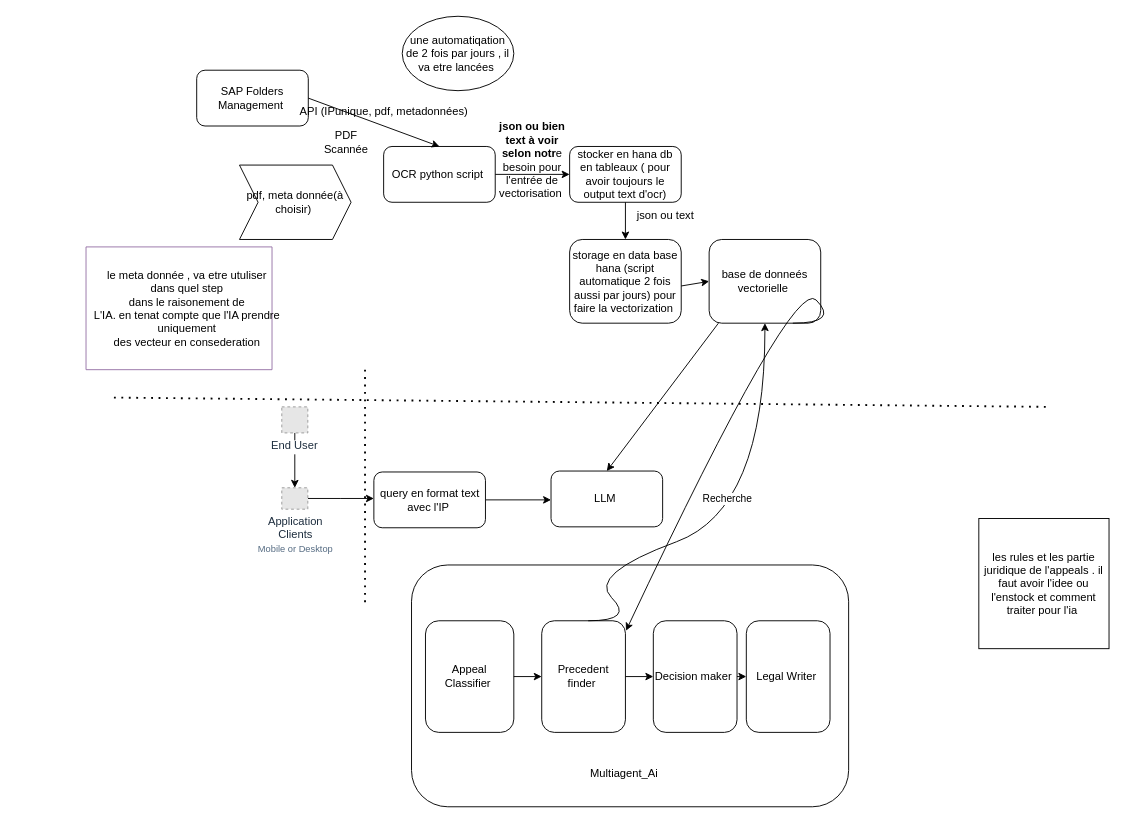
Earlier version of the draw.io diagram architectureAI_appeals.drawio (sahar389/algorithme.data_structre). Source tidied: cells renumbered, new cells numbered last; positions are measured from the earlier drawing's top-left corner, leaving out a move shared by most shapes. Both pictures are drawn from the tidied source at 93%, with x=0, y=0 at pixel (81, 16). Pictures stored in the file or linked from it are replaced by grey dashed boxes.
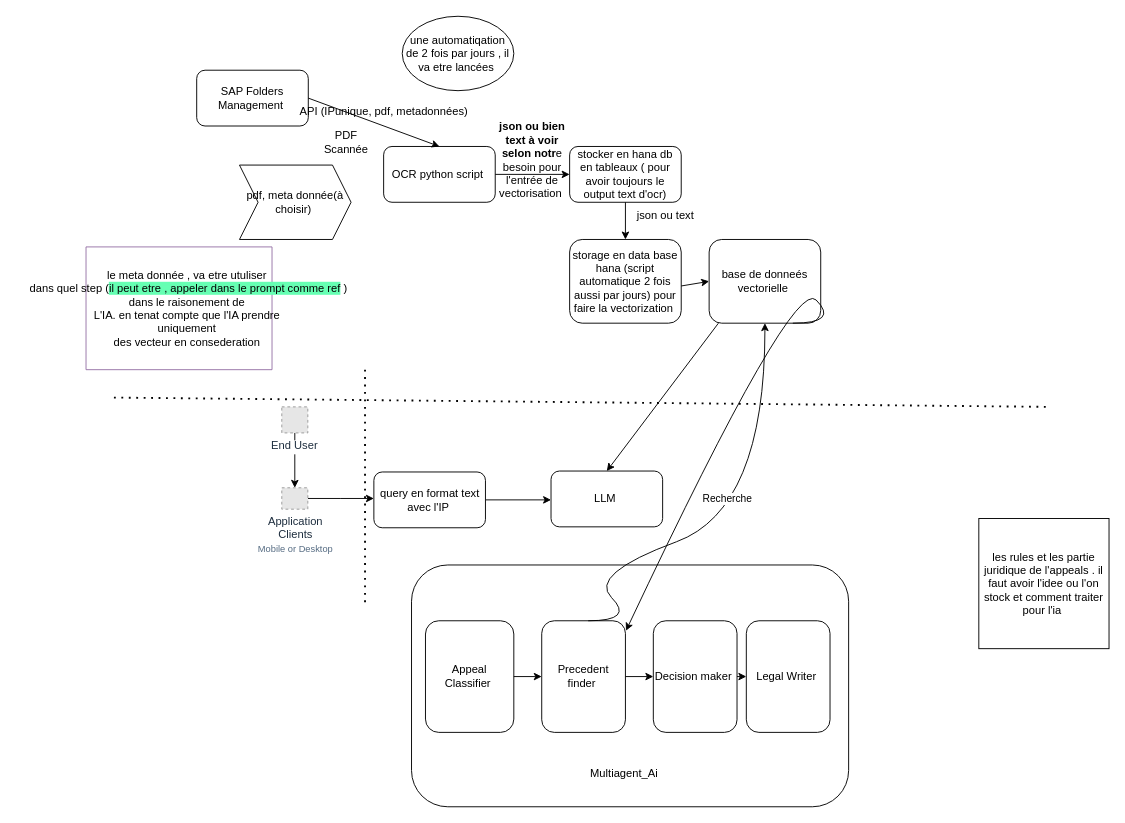
After the change.

Change to the diagram source:
```diff
@@
-    <mxCell id="39" value="&lt;div&gt;&lt;br&gt;&lt;/div&gt;&lt;div&gt;&lt;br&gt;&lt;/div&gt;&lt;div&gt;&lt;br&gt;&lt;/div&gt;le meta donnée , va etre utuliser&amp;nbsp;&lt;div&gt;dans quel step&amp;nbsp;&lt;div&gt;dans le raisonement de&amp;nbsp;&lt;/div&gt;&lt;div&gt;L'IA. en tenat compte que l'IA prendre&amp;nbsp;&lt;/div&gt;&lt;div&gt;uniquement&amp;nbsp;&lt;/div&gt;&lt;div&gt;des vecteur en consederation&amp;nbsp;&lt;/div&gt;&lt;/div&gt;" style="text;html=1;align=center;verticalAlign=middle;strokeColor=none;fillColor=none;" parent="1" vertex="1">
-      <mxGeometry y="223" width="230" height="140" as="geometry" />
+    <mxCell id="39" value="&lt;div&gt;&lt;br&gt;&lt;/div&gt;&lt;div&gt;&lt;br&gt;&lt;/div&gt;&lt;div&gt;&lt;br&gt;&lt;/div&gt;le meta donnée , va etre utuliser&amp;nbsp;&lt;div&gt;dans quel step (&lt;span style=&quot;background-color: rgb(102, 255, 179);&quot;&gt;il peut etre , appeler dans le prompt comme ref&lt;/span&gt; )&lt;div&gt;dans le raisonement de&amp;nbsp;&lt;/div&gt;&lt;div&gt;L'IA. en tenat compte que l'IA prendre&amp;nbsp;&lt;/div&gt;&lt;div&gt;uniquement&amp;nbsp;&lt;/div&gt;&lt;div&gt;des vecteur en consederation&amp;nbsp;&lt;/div&gt;&lt;/div&gt;" style="text;html=1;align=center;verticalAlign=middle;strokeColor=none;fillColor=none;" parent="1" vertex="1">
+      <mxGeometry x="-70" y="223" width="370" height="140" as="geometry" />
     </mxCell>
@@
-    <mxCell id="41" value="les rules et les partie juridique de l'appeals . il faut avoir l'idee ou l'enstock et comment traiter pour l'ia&amp;nbsp;" style="whiteSpace=wrap;html=1;" parent="1" vertex="1">
+    <mxCell id="41" value="les rules et les partie juridique de l'appeals . il faut avoir l'idee ou l'on stock et comment traiter pour l'ia&amp;nbsp;" style="whiteSpace=wrap;html=1;" parent="1" vertex="1">
       <mxGeometry x="965" y="540" width="140" height="140" as="geometry" />
     </mxCell>
```
